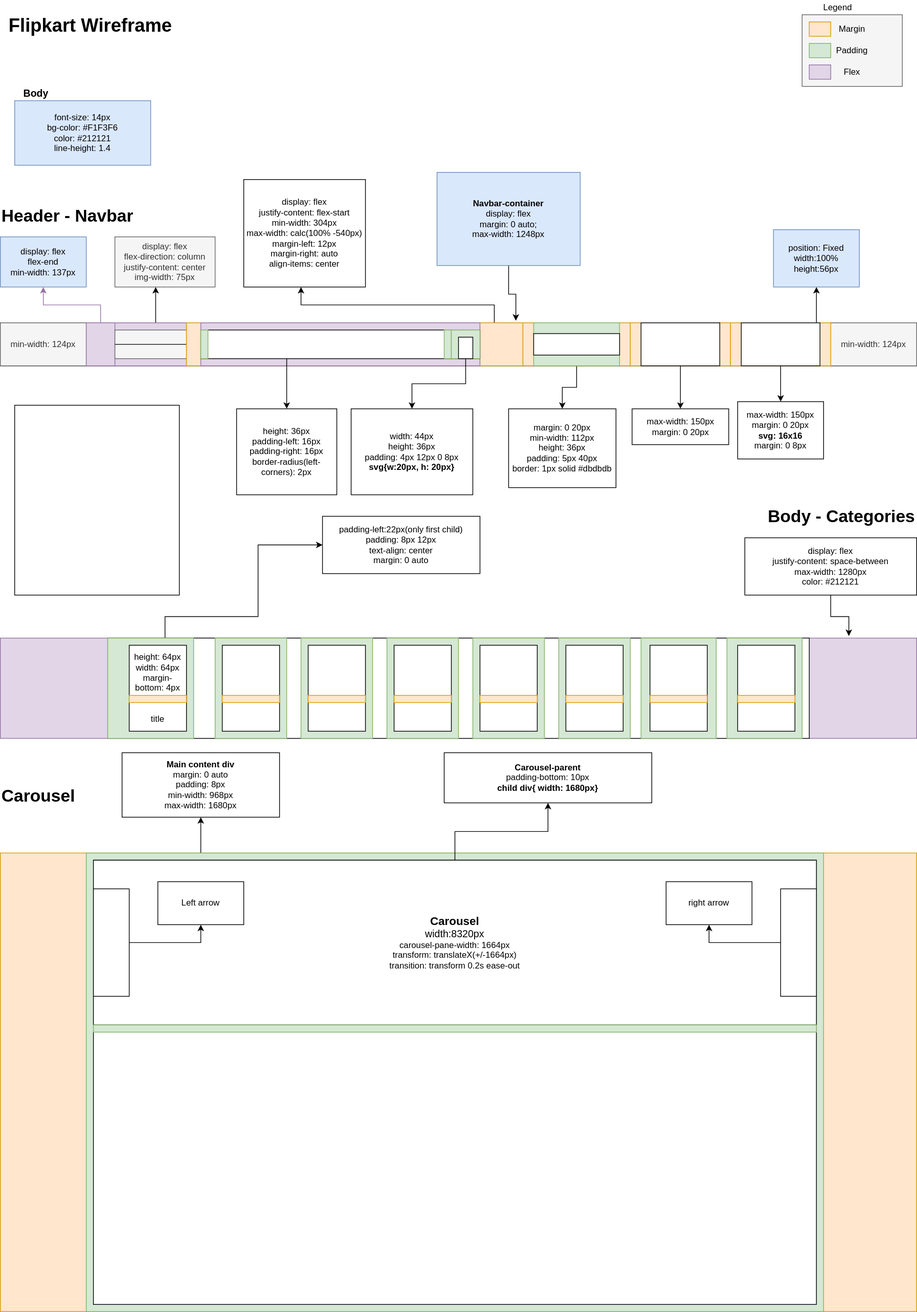
This is diagrams/flipkart_v1.svg from nalandenv/flipkart-clone, a draw.io export, as it was before one commit. Source tidied: cells renumbered, new cells last; positions are measured from the earlier drawing's top-left corner, leaving out a move shared by most shapes.
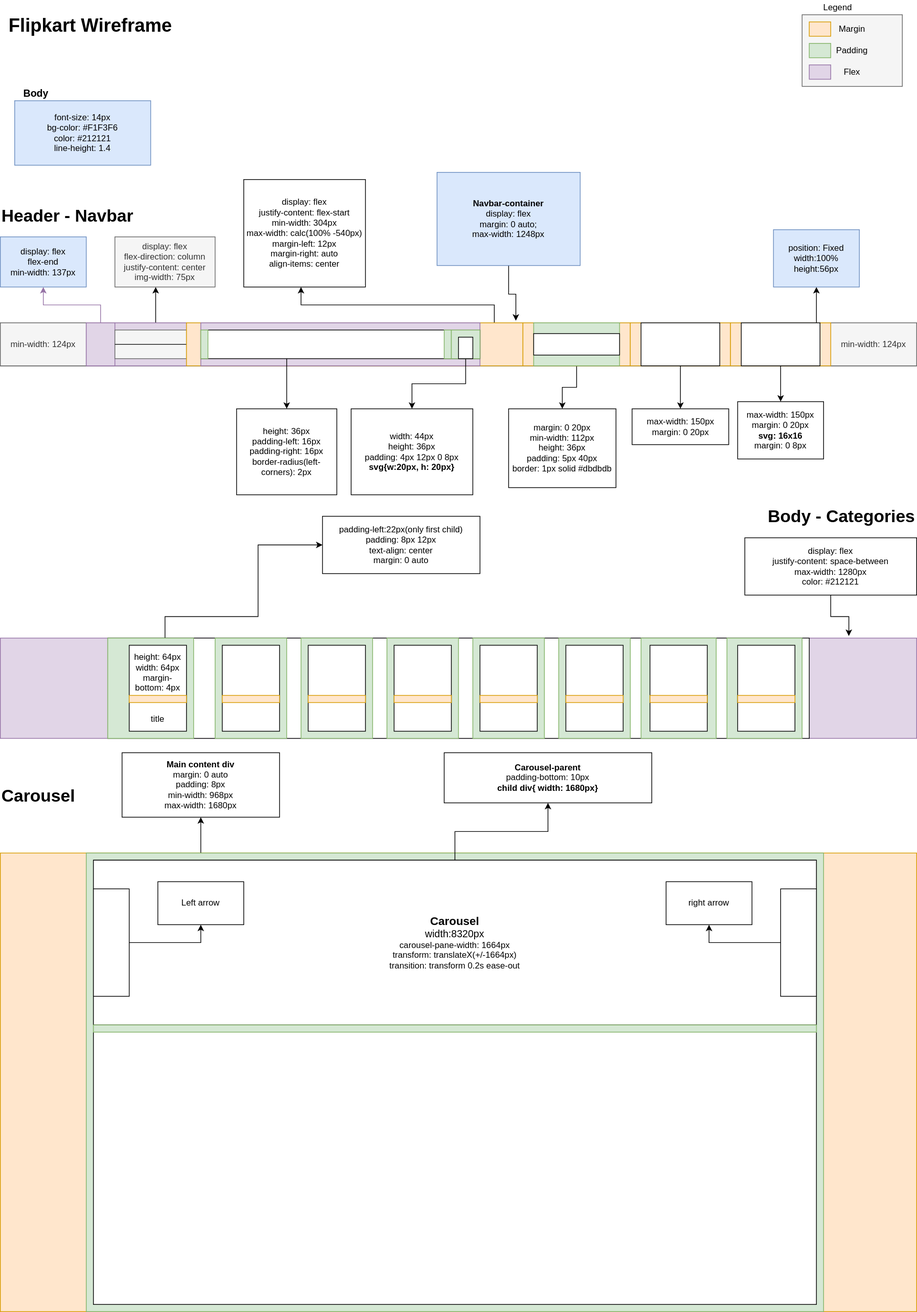
Later version of the same file.

The edit, as a diff of the source:
```diff
@@ -185,9 +185,6 @@
     <mxCell id="54" value="max-width: 150px&lt;br&gt;margin: 0 20px&lt;br&gt;&lt;b&gt;svg: 16x16&lt;br&gt;&lt;/b&gt;margin: 0 8px" style="rounded=0;whiteSpace=wrap;html=1;fontFamily=Helvetica;fontSize=12;gradientColor=none;align=center;verticalAlign=middle;" parent="1" vertex="1">
       <mxGeometry x="1030" y="560" width="120" height="80" as="geometry" />
     </mxCell>
-    <mxCell id="55" style="rounded=0;whiteSpace=wrap;html=1;fontFamily=Helvetica;fontSize=12;gradientColor=none;align=center;verticalAlign=middle;" parent="1" vertex="1">
-      <mxGeometry x="20" y="565" width="230" height="265" as="geometry" />
-    </mxCell>
     <mxCell id="56" value="&lt;b&gt;&lt;font style=&quot;font-size: 24px&quot;&gt;Body - Categories&lt;/font&gt;&lt;/b&gt;" style="text;html=1;strokeColor=none;fillColor=none;align=right;verticalAlign=top;whiteSpace=wrap;rounded=0;fontFamily=Helvetica;fontSize=14;" parent="1" vertex="1">
       <mxGeometry x="980" y="700" width="300" height="50" as="geometry" />
     </mxCell>
```
